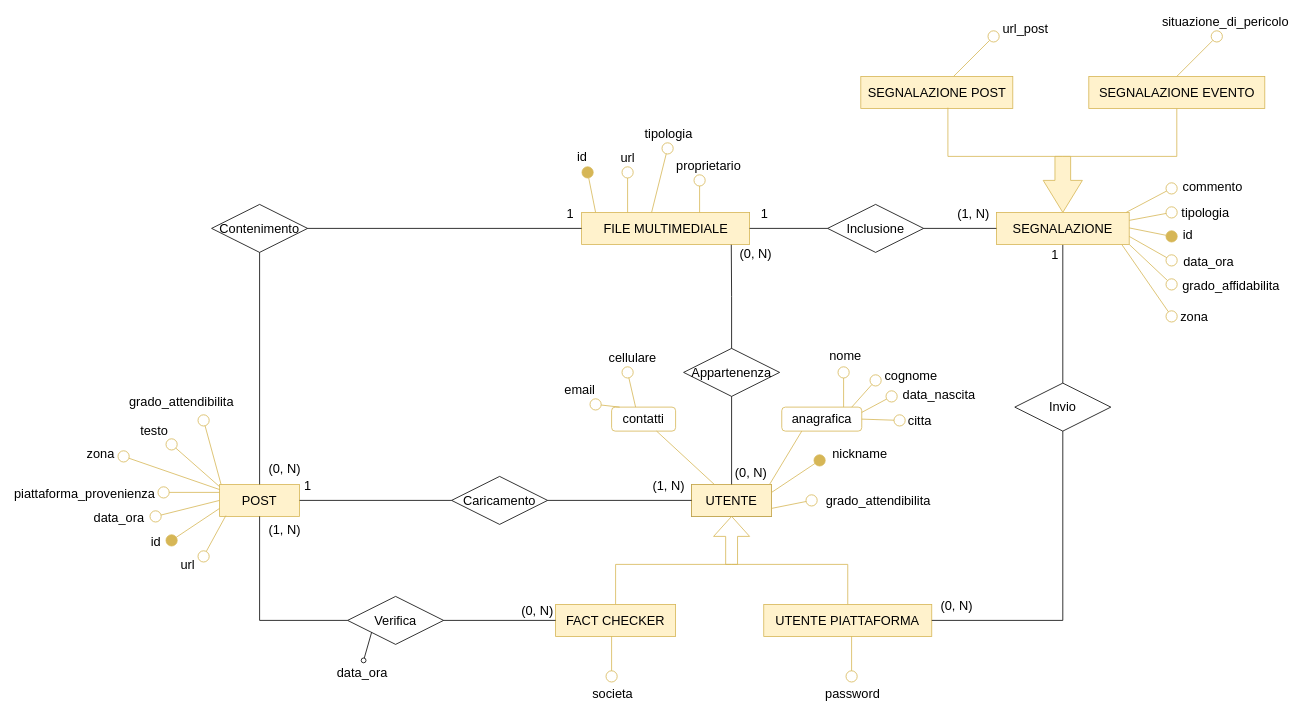
Before: page "Diag. Social network" (6 of 7) of diagramma-er.drawio in faffolao/ProgettoBD2022, a draw.io diagram. Source tidied: cells renumbered, new cells numbered last; positions are measured from the earlier drawing's top-left corner, leaving out a move shared by most shapes. Both pictures are drawn from the tidied source at 80%, with x=0, y=0 at pixel (123, 36).
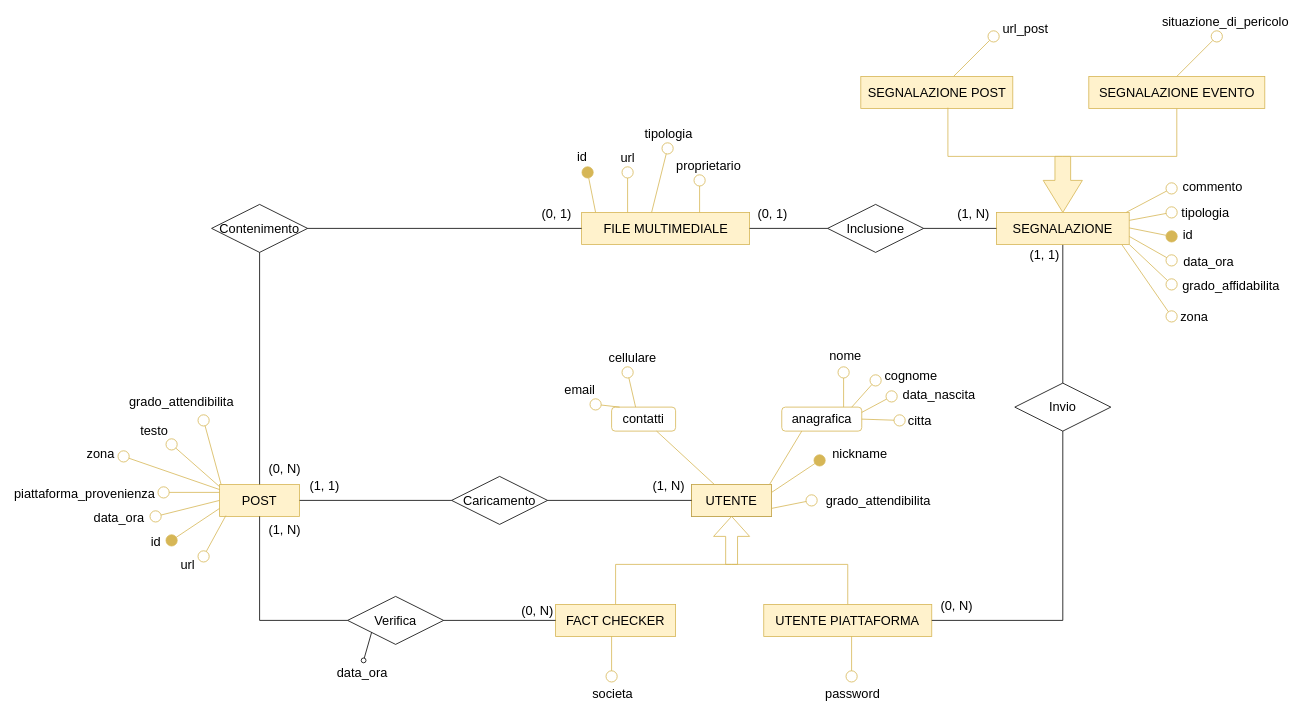
Above is the later version.

The change refers to these unchanged cells:
```xml
<mxCell id="10" value="UTENTE" style="whiteSpace=wrap;html=1;align=center;fontSize=16;fillColor=#fff2cc;strokeColor=#d6b656;" parent="1" vertex="1">
  <mxGeometry x="710" y="560" width="100" height="40" as="geometry" />
</mxCell>
<mxCell id="34" style="edgeStyle=orthogonalEdgeStyle;rounded=0;jettySize=auto;html=1;strokeColor=default;strokeWidth=1;fontSize=12;startArrow=none;startFill=0;endArrow=none;endFill=0;startSize=14;endSize=14;" parent="1" edge="1" source="36" target="31">
  <mxGeometry relative="1" as="geometry" />
</mxCell>
<mxCell id="58" style="edgeStyle=orthogonalEdgeStyle;rounded=0;jettySize=auto;html=1;strokeColor=default;strokeWidth=1;fontSize=12;startArrow=none;startFill=0;endArrow=none;endFill=0;startSize=14;endSize=14;" parent="1" edge="1" source="60" target="57">
  <mxGeometry relative="1" as="geometry" />
</mxCell>
<mxCell id="81" value="FILE MULTIMEDIALE" style="whiteSpace=wrap;html=1;align=center;fontSize=16;fillColor=#fff2cc;strokeColor=#d6b656;" parent="1" vertex="1">
  <mxGeometry x="572.5" y="220" width="210" height="40" as="geometry" />
</mxCell>
<mxCell id="82" style="edgeStyle=orthogonalEdgeStyle;rounded=0;jettySize=auto;html=1;strokeColor=default;strokeWidth=1;fontSize=12;startArrow=none;startFill=0;endArrow=none;endFill=0;startSize=14;endSize=14;" parent="1" edge="1" source="86" target="81">
  <mxGeometry relative="1" as="geometry" />
</mxCell>
<mxCell id="97" style="edgeStyle=orthogonalEdgeStyle;rounded=0;jettySize=auto;html=1;strokeColor=default;strokeWidth=1;fontSize=12;startArrow=none;startFill=0;endArrow=none;endFill=0;startSize=14;endSize=14;" parent="1" edge="1" source="99" target="81">
  <mxGeometry relative="1" as="geometry" />
</mxCell>
```

What changed in the source:
```diff
@@
-    <mxCell id="35" value="1" style="edgeLabel;html=1;align=center;verticalAlign=middle;fontSize=16;" parent="34" vertex="1">
+    <mxCell id="35" value="(1, 1)" style="edgeLabel;html=1;align=center;verticalAlign=middle;fontSize=16;" parent="34" vertex="1">
       <mxGeometry x="0.83" y="-1" relative="1" as="geometry">
-        <mxPoint x="-7" y="-19" as="offset" />
+        <mxPoint x="14" y="-19" as="offset" />
       </mxGeometry>
     </mxCell>
@@
-    <mxCell id="59" value="1" style="edgeLabel;html=1;align=center;verticalAlign=middle;fontSize=16;" parent="58" vertex="1">
+    <mxCell id="59" value="(1, 1)" style="edgeLabel;html=1;align=center;verticalAlign=middle;fontSize=16;" parent="58" vertex="1">
       <mxGeometry x="-0.77" y="1" relative="1" as="geometry">
-        <mxPoint x="-12" y="-8" as="offset" />
+        <mxPoint x="-25" y="-8" as="offset" />
       </mxGeometry>
     </mxCell>
@@
-    <mxCell id="83" value="1" style="edgeLabel;html=1;align=center;verticalAlign=middle;fontSize=16;" parent="82" vertex="1">
+    <mxCell id="83" value="(0, 1)" style="edgeLabel;html=1;align=center;verticalAlign=middle;fontSize=16;" parent="82" vertex="1">
       <mxGeometry x="-0.77" y="1" relative="1" as="geometry">
-        <mxPoint x="-69" y="-21" as="offset" />
+        <mxPoint x="-59" y="-21" as="offset" />
       </mxGeometry>
     </mxCell>
@@
-    <mxCell id="98" value="1" style="edgeLabel;html=1;align=center;verticalAlign=middle;fontSize=16;" parent="97" vertex="1">
+    <mxCell id="98" value="(0, 1)" style="edgeLabel;html=1;align=center;verticalAlign=middle;fontSize=16;" parent="97" vertex="1">
       <mxGeometry x="0.91" y="1" relative="1" as="geometry">
-        <mxPoint y="-19" as="offset" />
+        <mxPoint x="-17" y="-19" as="offset" />
       </mxGeometry>
     </mxCell>
@@
-    <mxCell id="100" style="edgeStyle=orthogonalEdgeStyle;rounded=0;jettySize=auto;html=1;entryX=0.891;entryY=1.011;entryDx=0;entryDy=0;entryPerimeter=0;strokeColor=default;strokeWidth=1;fontSize=12;startArrow=none;startFill=0;endArrow=none;endFill=0;startSize=14;endSize=14;" parent="1" edge="1" source="104" target="81">
-      <mxGeometry relative="1" as="geometry" />
-    </mxCell>
-    <mxCell id="101" value="(0, N)" style="edgeLabel;html=1;align=center;verticalAlign=middle;fontSize=16;" parent="100" vertex="1">
-      <mxGeometry x="0.73" y="-1" relative="1" as="geometry">
-        <mxPoint x="29" y="-8" as="offset" />
-      </mxGeometry>
-    </mxCell>
-    <mxCell id="102" style="edgeStyle=orthogonalEdgeStyle;rounded=0;jettySize=auto;html=1;strokeColor=default;strokeWidth=1;fontSize=12;startArrow=none;startFill=0;endArrow=none;endFill=0;startSize=14;endSize=14;" parent="1" edge="1" source="104" target="10">
-      <mxGeometry relative="1" as="geometry" />
-    </mxCell>
-    <mxCell id="103" value="(0, N)" style="edgeLabel;html=1;align=center;verticalAlign=middle;fontSize=16;" parent="102" vertex="1">
-      <mxGeometry x="0.68" y="-3" relative="1" as="geometry">
-        <mxPoint x="26" y="2" as="offset" />
-      </mxGeometry>
-    </mxCell>
-    <mxCell id="104" value="Appartenenza" style="shape=rhombus;perimeter=rhombusPerimeter;whiteSpace=wrap;html=1;align=center;fontSize=16;fillColor=none;" parent="1" vertex="1">
-      <mxGeometry x="700" y="390" width="120" height="60" as="geometry" />
-    </mxCell>
```
